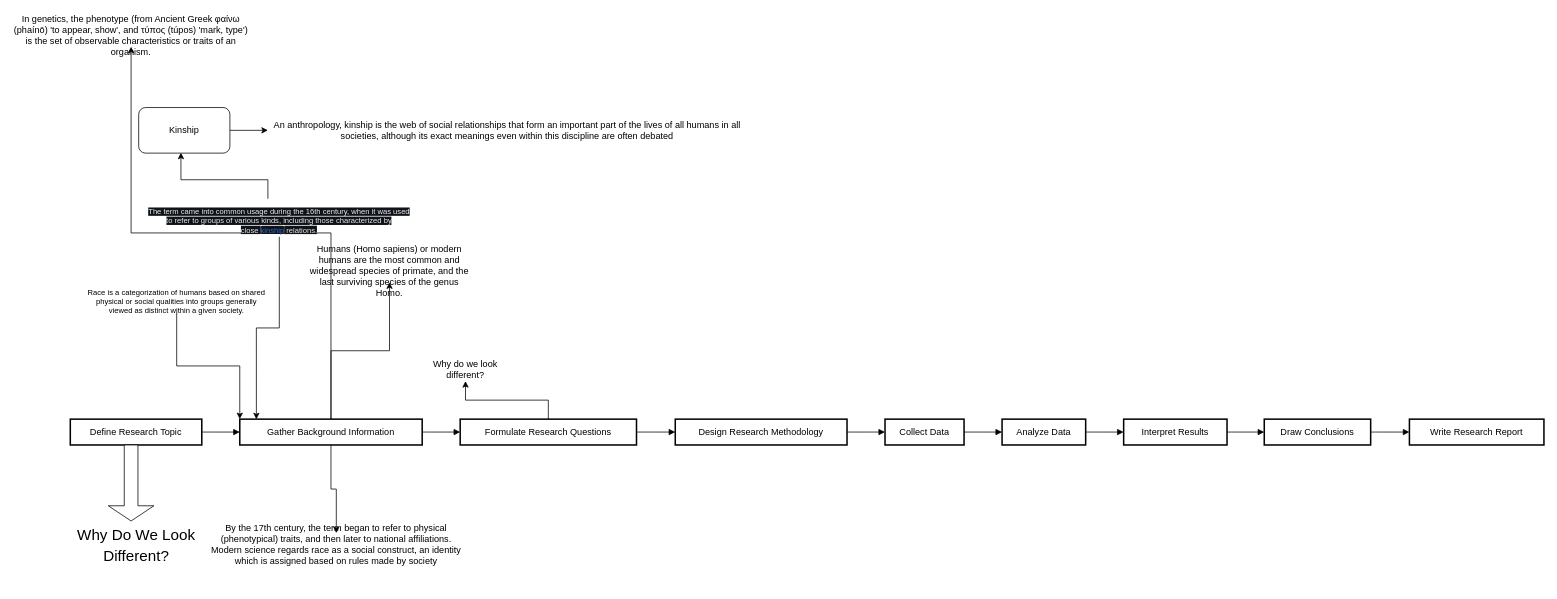
Bgmihakur/why-do-we-look-different- keeps this draw.io diagram as Untitled Diagram.drawio. Above is the earlier version. Source tidied: cells renumbered, new cells numbered last; positions are measured from the earlier drawing's top-left corner, leaving out a move shared by most shapes. Both pictures are drawn from the tidied source at 76%, with x=0, y=0 at pixel (13, 24).
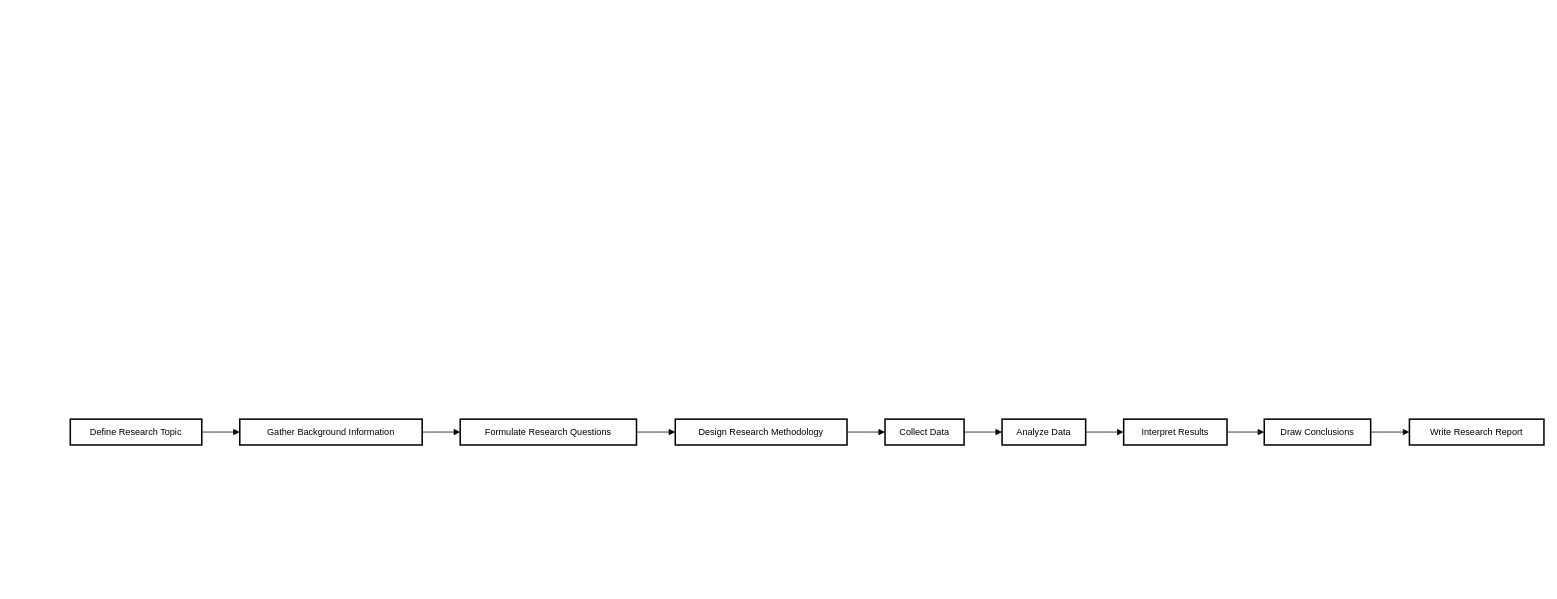
Above is the later version.

Unchanged cells that the change refers to:
```xml
<mxCell id="6" value="Gather Background Information" style="whiteSpace=wrap;strokeWidth=2;" parent="1" vertex="1">
  <mxGeometry x="298" y="520" width="240" height="34" as="geometry" />
</mxCell>
<mxCell id="8" value="Formulate Research Questions" style="whiteSpace=wrap;strokeWidth=2;" parent="1" vertex="1">
  <mxGeometry x="588" y="520" width="232" height="34" as="geometry" />
</mxCell>
```

The edit, as a diff of the source:
```diff
@@
-    <mxCell id="3" style="edgeStyle=orthogonalEdgeStyle;rounded=0;jettySize=auto;html=1;" parent="1" edge="1" source="6" target="33">
-      <mxGeometry relative="1" as="geometry" />
-    </mxCell>
-    <mxCell id="4" style="edgeStyle=orthogonalEdgeStyle;rounded=0;jettySize=auto;html=1;entryX=0.5;entryY=1;entryDx=0;entryDy=0;" parent="1" edge="1" source="6" target="34">
-      <mxGeometry relative="1" as="geometry" />
-    </mxCell>
-    <mxCell id="5" style="edgeStyle=orthogonalEdgeStyle;rounded=0;jettySize=auto;html=1;" parent="1" edge="1" source="6" target="36">
-      <mxGeometry relative="1" as="geometry" />
-    </mxCell>
@@
-    <mxCell id="7" style="edgeStyle=orthogonalEdgeStyle;rounded=0;jettySize=auto;html=1;entryX=0.5;entryY=1;entryDx=0;entryDy=0;" parent="1" edge="1" source="8" target="35">
-      <mxGeometry relative="1" as="geometry" />
-    </mxCell>
@@
-    <mxCell id="23" style="shape=singleArrow;direction=south;whiteSpace=wrap;html=1;" parent="1" vertex="1">
-      <mxGeometry x="125" y="554" width="60" height="100" as="geometry" />
-    </mxCell>
-    <mxCell id="24" value="&lt;p style=&quot;line-height: 140%; font-size: 20px;&quot;&gt;Why Do We Look Different?&lt;/p&gt;" style="text;strokeColor=none;align=center;fillColor=none;html=1;verticalAlign=middle;whiteSpace=wrap;rounded=0;fontSize=20;" parent="1" vertex="1">
-      <mxGeometry x="51.5" y="630" width="220" height="110" as="geometry" />
-    </mxCell>
-    <mxCell id="25" style="edgeStyle=orthogonalEdgeStyle;rounded=0;jettySize=auto;html=1;entryX=0;entryY=0;entryDx=0;entryDy=0;" parent="1" edge="1" source="26" target="6">
-      <mxGeometry relative="1" as="geometry" />
-    </mxCell>
-    <mxCell id="26" value="Race is a categorization of humans based on shared physical or social qualities into groups generally viewed as distinct within a given society." style="text;strokeColor=none;align=center;fillColor=none;html=1;verticalAlign=middle;whiteSpace=wrap;rounded=0;fontSize=10;" parent="1" vertex="1">
-      <mxGeometry x="95" y="350" width="240" height="30" as="geometry" />
-    </mxCell>
-    <mxCell id="27" style="edgeStyle=orthogonalEdgeStyle;rounded=0;jettySize=auto;html=1;entryX=0.463;entryY=0.99;entryDx=0;entryDy=0;entryPerimeter=0;" parent="1" edge="1" target="31">
-      <mxGeometry relative="1" as="geometry">
-        <mxPoint x="335" y="230" as="sourcePoint" />
-        <Array as="points">
-          <mxPoint x="335" y="205" />
-          <mxPoint x="221" y="205" />
-        </Array>
-      </mxGeometry>
-    </mxCell>
-    <mxCell id="28" value="&#10;&lt;span style=&quot;color: rgb(234, 236, 240); font-family: sans-serif; font-size: 10px; font-style: normal; font-variant-ligatures: normal; font-variant-caps: normal; font-weight: 400; letter-spacing: normal; orphans: 2; text-align: start; text-indent: 0px; text-transform: none; widows: 2; word-spacing: 0px; -webkit-text-stroke-width: 0px; white-space: normal; background-color: rgb(16, 20, 24); text-decoration-thickness: initial; text-decoration-style: initial; text-decoration-color: initial; float: none; display: inline !important;&quot;&gt;The term came into common usage during the 16th century, when it was used to refer to groups of various kinds, including those characterized by close&lt;span style=&quot;font-size: 10px;&quot;&gt;&amp;nbsp;&lt;/span&gt;&lt;/span&gt;&lt;a style=&quot;text-decoration: none; color: var(--color-progressive,#36c); background: none rgb(16, 20, 24); border-radius: 2px; overflow-wrap: break-word; font-family: sans-serif; font-size: 10px; font-style: normal; font-variant-ligatures: normal; font-variant-caps: normal; font-weight: 400; letter-spacing: normal; orphans: 2; text-align: start; text-indent: 0px; text-transform: none; widows: 2; word-spacing: 0px; -webkit-text-stroke-width: 0px; white-space: normal;&quot; title=&quot;Kinship&quot; href=&quot;https://en.wikipedia.org/wiki/Kinship&quot;&gt;kinship&lt;/a&gt;&lt;span style=&quot;color: rgb(234, 236, 240); font-family: sans-serif; font-size: 10px; font-style: normal; font-variant-ligatures: normal; font-variant-caps: normal; font-weight: 400; letter-spacing: normal; orphans: 2; text-align: start; text-indent: 0px; text-transform: none; widows: 2; word-spacing: 0px; -webkit-text-stroke-width: 0px; white-space: normal; background-color: rgb(16, 20, 24); text-decoration-thickness: initial; text-decoration-style: initial; text-decoration-color: initial; float: none; display: inline !important;&quot;&gt;&lt;span style=&quot;font-size: 10px;&quot;&gt;&amp;nbsp;&lt;/span&gt;relations.&lt;/span&gt;&#10;&#10;" style="text;strokeColor=none;align=center;fillColor=none;html=1;verticalAlign=middle;whiteSpace=wrap;rounded=0;fontSize=10;" parent="1" vertex="1">
-      <mxGeometry x="175" y="250" width="350" height="30" as="geometry" />
-    </mxCell>
-    <mxCell id="29" style="edgeStyle=orthogonalEdgeStyle;rounded=0;jettySize=auto;html=1;entryX=0.091;entryY=0.004;entryDx=0;entryDy=0;entryPerimeter=0;" parent="1" edge="1" source="28" target="6">
-      <mxGeometry relative="1" as="geometry" />
-    </mxCell>
-    <mxCell id="30" style="edgeStyle=orthogonalEdgeStyle;rounded=0;jettySize=auto;html=1;" parent="1" edge="1" source="31" target="32">
-      <mxGeometry relative="1" as="geometry" />
-    </mxCell>
-    <mxCell id="31" value="Kinship" style="rounded=1;whiteSpace=wrap;html=1;" parent="1" vertex="1">
-      <mxGeometry x="165" y="110" width="120" height="60" as="geometry" />
-    </mxCell>
-    <mxCell id="32" value="An anthropology, kinship is the web of social relationships that form an important part of the lives of all humans in all societies, although its exact meanings even within this discipline are often debated" style="text;strokeColor=none;align=center;fillColor=none;html=1;verticalAlign=middle;whiteSpace=wrap;rounded=0;" parent="1" vertex="1">
-      <mxGeometry x="335" y="125" width="630" height="30" as="geometry" />
-    </mxCell>
-    <mxCell id="33" value="By the 17th century, the term began to refer to physical (phenotypical) traits, and then later to national affiliations. Modern science regards race as a social construct, an identity which is assigned based on rules made by society" style="text;strokeColor=none;align=center;fillColor=none;html=1;verticalAlign=middle;whiteSpace=wrap;rounded=0;" parent="1" vertex="1">
-      <mxGeometry x="255" y="670" width="340" height="30" as="geometry" />
-    </mxCell>
-    <mxCell id="34" value="Humans (Homo sapiens) or modern humans are the most common and widespread species of primate, and the last surviving species of the genus Homo." style="text;strokeColor=none;align=center;fillColor=none;html=1;verticalAlign=middle;whiteSpace=wrap;rounded=0;" parent="1" vertex="1">
-      <mxGeometry x="385" y="310" width="220" height="30" as="geometry" />
-    </mxCell>
-    <mxCell id="35" value="Why do we look different?" style="text;strokeColor=none;align=center;fillColor=none;html=1;verticalAlign=middle;whiteSpace=wrap;rounded=0;" parent="1" vertex="1">
-      <mxGeometry x="545" y="440" width="100" height="30" as="geometry" />
-    </mxCell>
-    <mxCell id="36" value="In genetics, the phenotype (from Ancient Greek φαίνω (phaínō) 'to appear, show', and τύπος (túpos) 'mark, type') is the set of observable characteristics or traits of an organism." style="text;strokeColor=none;align=center;fillColor=none;html=1;verticalAlign=middle;whiteSpace=wrap;rounded=0;" parent="1" vertex="1">
-      <mxGeometry width="310" height="30" as="geometry" />
-    </mxCell>
```
